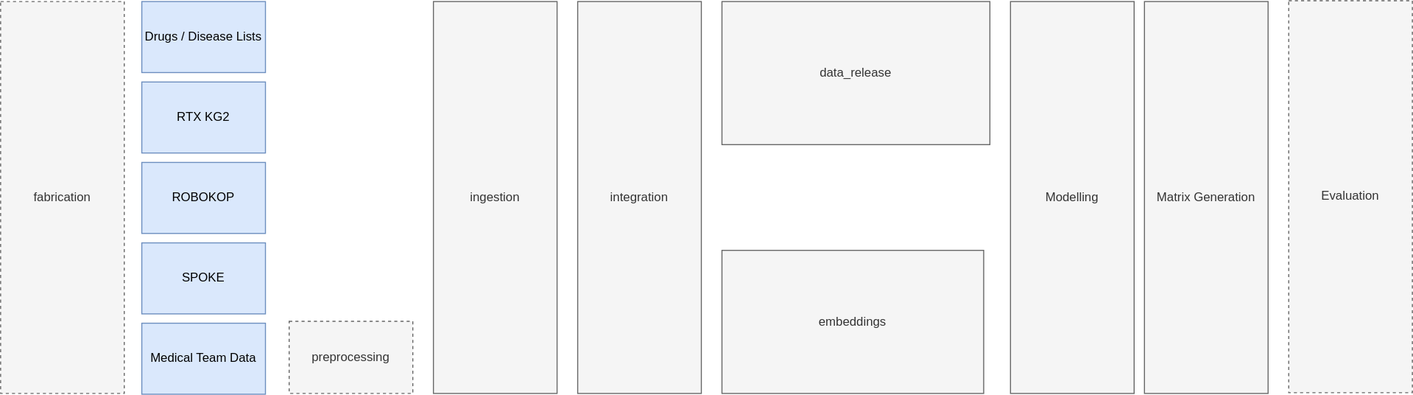
This is docs/src/assets/img/pipeline_stages.drawio.svg from everycure-org/matrix, a draw.io export, as it was before one commit. Source tidied: cells renumbered, new cells last; positions are measured from the earlier drawing's top-left corner, leaving out a move shared by most shapes. The source it was exported from:
```xml
<mxGraphModel background="#ffffff">
  <root>
    <mxCell id="0" />
    <mxCell id="1" parent="0" />
    <mxCell id="2" value="preprocessing" style="rounded=0;whiteSpace=wrap;html=1;fillColor=#f5f5f5;strokeColor=#666666;fontColor=#333333;dashed=1;" parent="1" vertex="1">
      <mxGeometry x="280" y="311" width="120" height="70" as="geometry" />
    </mxCell>
    <mxCell id="3" value="ingestion" style="rounded=0;whiteSpace=wrap;html=1;fillColor=#f5f5f5;strokeColor=#666666;fontColor=#333333;" parent="1" vertex="1">
      <mxGeometry x="420" y="1" width="120" height="380" as="geometry" />
    </mxCell>
    <mxCell id="4" value="integration" style="rounded=0;whiteSpace=wrap;html=1;fillColor=#f5f5f5;strokeColor=#666666;fontColor=#333333;" parent="1" vertex="1">
      <mxGeometry x="560" y="1" width="120" height="380" as="geometry" />
    </mxCell>
    <mxCell id="5" value="embeddings" style="rounded=0;whiteSpace=wrap;html=1;fillColor=#f5f5f5;strokeColor=#666666;fontColor=#333333;" parent="1" vertex="1">
      <mxGeometry x="700" y="242.2" width="254" height="138.8" as="geometry" />
    </mxCell>
    <mxCell id="6" value="Modelling" style="rounded=0;whiteSpace=wrap;html=1;fillColor=#f5f5f5;strokeColor=#666666;fontColor=#333333;" parent="1" vertex="1">
      <mxGeometry x="980" y="1" width="120" height="380" as="geometry" />
    </mxCell>
    <mxCell id="7" value="Evaluation" style="rounded=0;whiteSpace=wrap;html=1;fillColor=#f5f5f5;strokeColor=#666666;dashed=1;fontColor=#333333;" parent="1" vertex="1">
      <mxGeometry x="1250" y="0.2" width="120" height="380" as="geometry" />
    </mxCell>
    <mxCell id="8" value="Drugs / Disease Lists" style="rounded=0;whiteSpace=wrap;html=1;fillColor=#dae8fc;strokeColor=#6c8ebf;" parent="1" vertex="1">
      <mxGeometry x="137" y="1" width="120" height="68.9" as="geometry" />
    </mxCell>
    <mxCell id="9" value="Medical Team Data" style="rounded=0;whiteSpace=wrap;html=1;fillColor=#dae8fc;strokeColor=#6c8ebf;" parent="1" vertex="1">
      <mxGeometry x="137" y="312.9" width="120" height="68.9" as="geometry" />
    </mxCell>
    <mxCell id="10" value="RTX KG2" style="rounded=0;whiteSpace=wrap;html=1;fillColor=#dae8fc;strokeColor=#6c8ebf;" parent="1" vertex="1">
      <mxGeometry x="137" y="79" width="120" height="68.9" as="geometry" />
    </mxCell>
    <mxCell id="11" value="ROBOKOP" style="rounded=0;whiteSpace=wrap;html=1;fillColor=#dae8fc;strokeColor=#6c8ebf;" parent="1" vertex="1">
      <mxGeometry x="137" y="157" width="120" height="68.9" as="geometry" />
    </mxCell>
    <mxCell id="12" value="SPOKE" style="rounded=0;whiteSpace=wrap;html=1;fillColor=#dae8fc;strokeColor=#6c8ebf;" parent="1" vertex="1">
      <mxGeometry x="137" y="235" width="120" height="68.9" as="geometry" />
    </mxCell>
    <mxCell id="13" value="data_release" style="rounded=0;whiteSpace=wrap;html=1;fillColor=#f5f5f5;strokeColor=#666666;fontColor=#333333;" parent="1" vertex="1">
      <mxGeometry x="700" y="1" width="260" height="138.8" as="geometry" />
    </mxCell>
    <mxCell id="14" value="Matrix Generation" style="rounded=0;whiteSpace=wrap;html=1;fillColor=#f5f5f5;strokeColor=#666666;fontColor=#333333;" parent="1" vertex="1">
      <mxGeometry x="1110" y="1" width="120" height="380" as="geometry" />
    </mxCell>
    <mxCell id="15" value="fabrication" style="rounded=0;whiteSpace=wrap;html=1;fillColor=#f5f5f5;strokeColor=#666666;fontColor=#333333;dashed=1;" parent="1" vertex="1">
      <mxGeometry y="1" width="120" height="380" as="geometry" />
    </mxCell>
  </root>
</mxGraphModel>
```
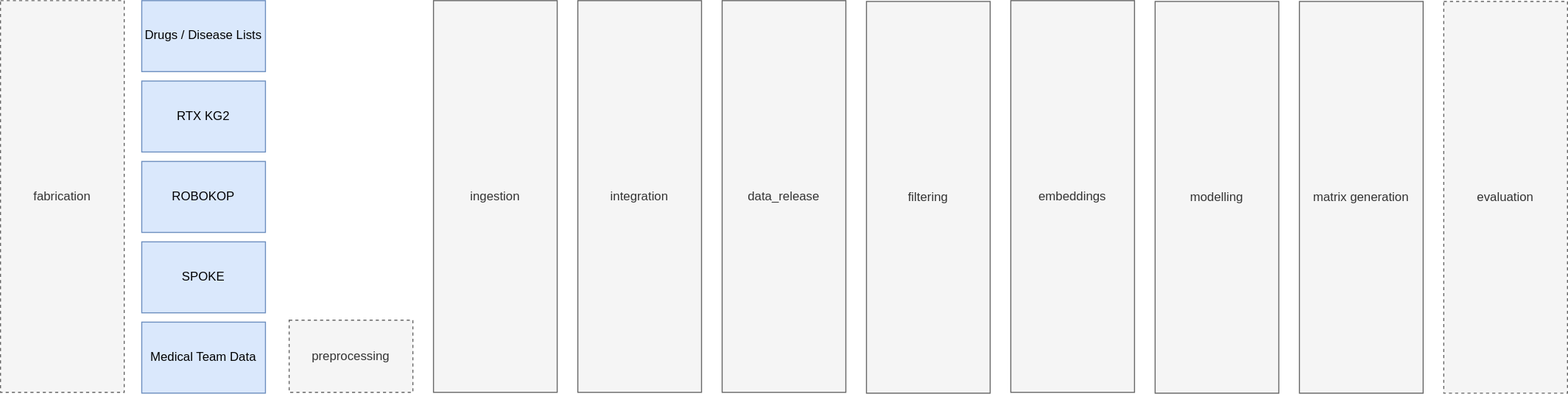
Later version of the same file.

Commit message:
Add filtering pipeline docs

What changed in the source:
```diff
@@ -11,14 +11,11 @@
     <mxCell id="4" value="integration" style="rounded=0;whiteSpace=wrap;html=1;fillColor=#f5f5f5;strokeColor=#666666;fontColor=#333333;" parent="1" vertex="1">
       <mxGeometry x="560" y="1" width="120" height="380" as="geometry" />
     </mxCell>
-    <mxCell id="5" value="embeddings" style="rounded=0;whiteSpace=wrap;html=1;fillColor=#f5f5f5;strokeColor=#666666;fontColor=#333333;" parent="1" vertex="1">
-      <mxGeometry x="700" y="242.2" width="254" height="138.8" as="geometry" />
-    </mxCell>
-    <mxCell id="6" value="Modelling" style="rounded=0;whiteSpace=wrap;html=1;fillColor=#f5f5f5;strokeColor=#666666;fontColor=#333333;" parent="1" vertex="1">
-      <mxGeometry x="980" y="1" width="120" height="380" as="geometry" />
+    <mxCell id="6" value="modelling" style="rounded=0;whiteSpace=wrap;html=1;fillColor=#f5f5f5;strokeColor=#666666;fontColor=#333333;" parent="1" vertex="1">
+      <mxGeometry x="1120" y="1.8" width="120" height="380" as="geometry" />
     </mxCell>
-    <mxCell id="7" value="Evaluation" style="rounded=0;whiteSpace=wrap;html=1;fillColor=#f5f5f5;strokeColor=#666666;dashed=1;fontColor=#333333;" parent="1" vertex="1">
-      <mxGeometry x="1250" y="0.2" width="120" height="380" as="geometry" />
+    <mxCell id="7" value="evaluation" style="rounded=0;whiteSpace=wrap;html=1;fillColor=#f5f5f5;strokeColor=#666666;dashed=1;fontColor=#333333;" parent="1" vertex="1">
+      <mxGeometry x="1400" y="1.8" width="120" height="380" as="geometry" />
     </mxCell>
     <mxCell id="8" value="Drugs / Disease Lists" style="rounded=0;whiteSpace=wrap;html=1;fillColor=#dae8fc;strokeColor=#6c8ebf;" parent="1" vertex="1">
       <mxGeometry x="137" y="1" width="120" height="68.9" as="geometry" />
@@ -35,14 +32,20 @@
     <mxCell id="12" value="SPOKE" style="rounded=0;whiteSpace=wrap;html=1;fillColor=#dae8fc;strokeColor=#6c8ebf;" parent="1" vertex="1">
       <mxGeometry x="137" y="235" width="120" height="68.9" as="geometry" />
     </mxCell>
-    <mxCell id="13" value="data_release" style="rounded=0;whiteSpace=wrap;html=1;fillColor=#f5f5f5;strokeColor=#666666;fontColor=#333333;" parent="1" vertex="1">
-      <mxGeometry x="700" y="1" width="260" height="138.8" as="geometry" />
-    </mxCell>
-    <mxCell id="14" value="Matrix Generation" style="rounded=0;whiteSpace=wrap;html=1;fillColor=#f5f5f5;strokeColor=#666666;fontColor=#333333;" parent="1" vertex="1">
-      <mxGeometry x="1110" y="1" width="120" height="380" as="geometry" />
+    <mxCell id="14" value="matrix generation" style="rounded=0;whiteSpace=wrap;html=1;fillColor=#f5f5f5;strokeColor=#666666;fontColor=#333333;" parent="1" vertex="1">
+      <mxGeometry x="1260" y="1.8" width="120" height="380" as="geometry" />
     </mxCell>
     <mxCell id="15" value="fabrication" style="rounded=0;whiteSpace=wrap;html=1;fillColor=#f5f5f5;strokeColor=#666666;fontColor=#333333;dashed=1;" parent="1" vertex="1">
       <mxGeometry y="1" width="120" height="380" as="geometry" />
     </mxCell>
+    <mxCell id="13" value="data_release" style="rounded=0;whiteSpace=wrap;html=1;fillColor=#f5f5f5;strokeColor=#666666;fontColor=#333333;" parent="1" vertex="1">
+      <mxGeometry x="700" y="1" width="120" height="380" as="geometry" />
+    </mxCell>
+    <mxCell id="16" value="filtering" style="rounded=0;whiteSpace=wrap;html=1;fillColor=#f5f5f5;strokeColor=#666666;fontColor=#333333;" parent="1" vertex="1">
+      <mxGeometry x="840" y="1.8" width="120" height="380" as="geometry" />
+    </mxCell>
+    <mxCell id="5" value="embeddings" style="rounded=0;whiteSpace=wrap;html=1;fillColor=#f5f5f5;strokeColor=#666666;fontColor=#333333;" parent="1" vertex="1">
+      <mxGeometry x="980" y="1" width="120" height="380" as="geometry" />
+    </mxCell>
   </root>
 </mxGraphModel>
```
